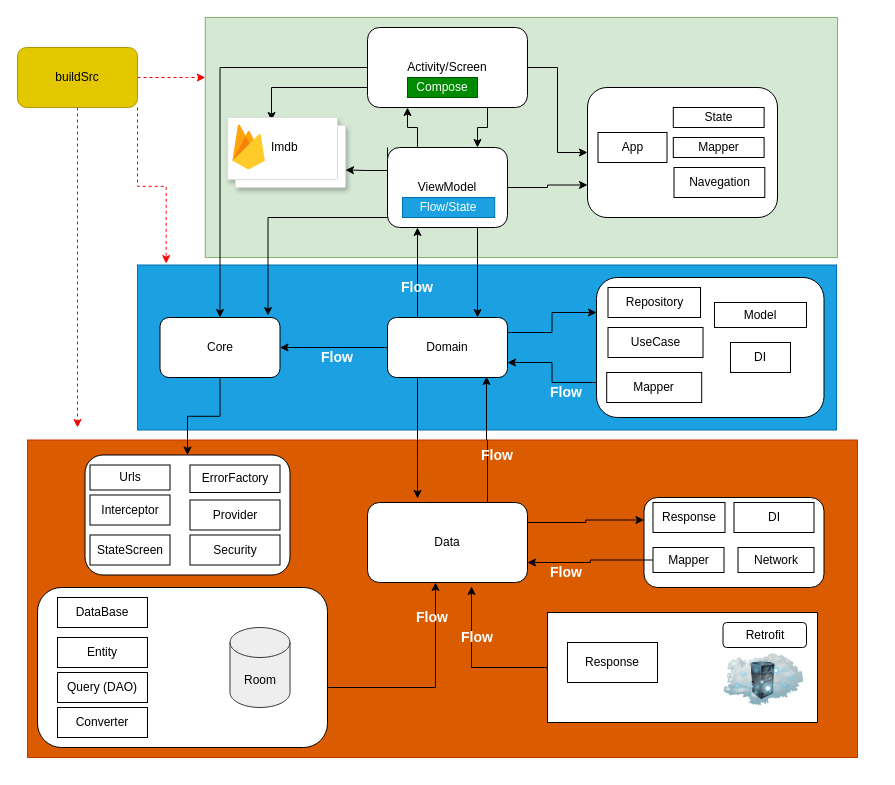
rodriCastrillon/imdb keeps this draw.io diagram as Imdb.drawio. Above is the earlier version. Source tidied: cells renumbered, new cells numbered last; positions are measured from the earlier drawing's top-left corner, leaving out a move shared by most shapes. Both pictures are drawn from the tidied source at 100%, with x=0, y=0 at pixel (17, 17).
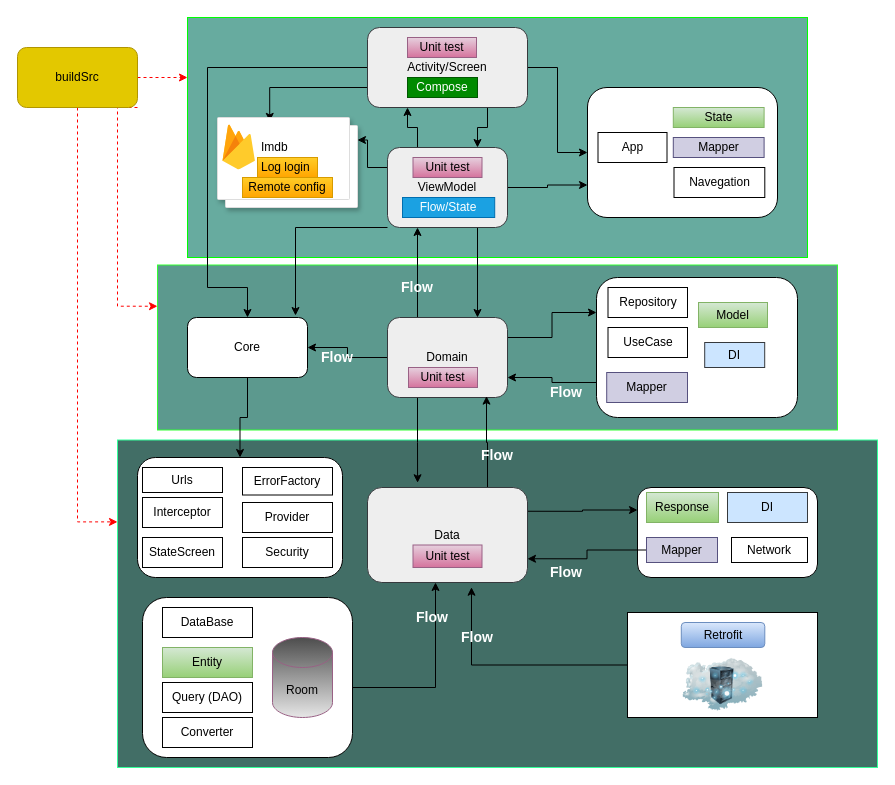
The same diagram, later.

Unchanged cells that the change refers to:
```xml
<mxCell id="29" value="buildSrc" style="rounded=1;whiteSpace=wrap;html=1;fillColor=#e3c800;fontColor=#000000;strokeColor=#B09500;" parent="1" vertex="1">
  <mxGeometry y="30" width="120" height="60" as="geometry" />
</mxCell>
<mxCell id="72" style="rounded=1;whiteSpace=wrap;html=1;" parent="1" vertex="1">
  <mxGeometry x="570" y="70" width="190" height="130" as="geometry" />
</mxCell>
```

What changed in the source:
```diff
@@
-    <mxCell id="2" style="rounded=0;whiteSpace=wrap;html=1;fillColor=#DB5B00;fontColor=#000000;strokeColor=#C73500;" parent="1" vertex="1">
-      <mxGeometry x="10" y="422.5" width="830" height="317.5" as="geometry" />
+    <mxCell id="2" style="rounded=0;whiteSpace=wrap;html=1;fillColor=#426E66;fontColor=#000000;strokeColor=#33FF99;" parent="1" vertex="1">
+      <mxGeometry x="100" y="422.5" width="760" height="327.5" as="geometry" />
     </mxCell>
-    <mxCell id="3" style="rounded=0;whiteSpace=wrap;html=1;fillColor=#1ba1e2;fontColor=#ffffff;strokeColor=#006EAF;" parent="1" vertex="1">
-      <mxGeometry x="120" y="247.5" width="699" height="165" as="geometry" />
+    <mxCell id="3" style="rounded=0;whiteSpace=wrap;html=1;fillColor=#5C998E;fontColor=#ffffff;strokeColor=#33FF33;" parent="1" vertex="1">
+      <mxGeometry x="140" y="247.5" width="680" height="165" as="geometry" />
     </mxCell>
-    <mxCell id="4" style="rounded=0;whiteSpace=wrap;html=1;fillColor=#d5e8d4;strokeColor=#82b366;fillStyle=auto;" parent="1" vertex="1">
-      <mxGeometry x="187.8" width="632.2" height="240" as="geometry" />
+    <mxCell id="4" style="rounded=0;whiteSpace=wrap;html=1;fillColor=#67AB9F;strokeColor=#00FF00;fillStyle=auto;" parent="1" vertex="1">
+      <mxGeometry x="170" width="620" height="240" as="geometry" />
     </mxCell>
@@
     <mxCell id="6" style="edgeStyle=orthogonalEdgeStyle;rounded=0;jettySize=auto;html=1;exitX=0;exitY=0.5;exitDx=0;exitDy=0;entryX=0.5;entryY=0;entryDx=0;entryDy=0;" parent="1" edge="1" source="9" target="25">
-      <mxGeometry relative="1" as="geometry" />
+      <mxGeometry relative="1" as="geometry">
+        <Array as="points">
+          <mxPoint x="190" y="50" />
+          <mxPoint x="190" y="270" />
+          <mxPoint x="230" y="270" />
+        </Array>
+      </mxGeometry>
     </mxCell>
@@
-    <mxCell id="9" value="Activity/Screen" style="rounded=1;whiteSpace=wrap;html=1;" parent="1" vertex="1">
+    <mxCell id="9" value="Activity/Screen" style="rounded=1;whiteSpace=wrap;html=1;fillColor=#eeeeee;strokeColor=#36393d;" parent="1" vertex="1">
       <mxGeometry x="350" y="10" width="160" height="80" as="geometry" />
     </mxCell>
@@
     <mxCell id="12" style="edgeStyle=orthogonalEdgeStyle;rounded=0;jettySize=auto;html=1;entryX=0.9;entryY=-0.033;entryDx=0;entryDy=0;entryPerimeter=0;" parent="1" edge="1" source="15" target="25">
       <mxGeometry relative="1" as="geometry">
         <Array as="points">
-          <mxPoint x="251" y="200" />
+          <mxPoint x="278" y="210" />
         </Array>
       </mxGeometry>
     </mxCell>
+    <mxCell id="14" style="edgeStyle=orthogonalEdgeStyle;rounded=0;jettySize=auto;html=1;exitX=1;exitY=0.5;exitDx=0;exitDy=0;entryX=0;entryY=0.75;entryDx=0;entryDy=0;" parent="1" edge="1" source="15" target="72">
+      <mxGeometry relative="1" as="geometry" />
+    </mxCell>
-    <mxCell id="13" style="edgeStyle=orthogonalEdgeStyle;rounded=0;jettySize=auto;html=1;exitX=0;exitY=0;exitDx=0;exitDy=0;entryX=1;entryY=0.75;entryDx=0;entryDy=0;" parent="1" edge="1" source="15" target="32">
-      <mxGeometry relative="1" as="geometry">
-        <Array as="points">
-          <mxPoint x="370" y="153" />
-          <mxPoint x="349" y="153" />
-        </Array>
-      </mxGeometry>
+    <mxCell id="13" style="edgeStyle=orthogonalEdgeStyle;rounded=0;jettySize=auto;html=1;exitX=0;exitY=0.25;exitDx=0;exitDy=0;entryX=1;entryY=0.25;entryDx=0;entryDy=0;" parent="1" edge="1" source="15" target="32">
+      <mxGeometry relative="1" as="geometry" />
     </mxCell>
-    <mxCell id="14" style="edgeStyle=orthogonalEdgeStyle;rounded=0;jettySize=auto;html=1;exitX=1;exitY=0.5;exitDx=0;exitDy=0;entryX=0;entryY=0.75;entryDx=0;entryDy=0;" parent="1" edge="1" source="15" target="72">
-      <mxGeometry relative="1" as="geometry" />
-    </mxCell>
-    <mxCell id="15" value="ViewModel" style="rounded=1;whiteSpace=wrap;html=1;" parent="1" vertex="1">
+    <mxCell id="15" value="ViewModel" style="rounded=1;whiteSpace=wrap;html=1;fillColor=#eeeeee;strokeColor=#36393d;" parent="1" vertex="1">
       <mxGeometry x="370" y="130" width="120" height="80" as="geometry" />
     </mxCell>
@@
-    <mxCell id="20" value="Domain" style="rounded=1;whiteSpace=wrap;html=1;" parent="1" vertex="1">
-      <mxGeometry x="370" y="300" width="120" height="60" as="geometry" />
+    <mxCell id="20" value="Domain" style="rounded=1;whiteSpace=wrap;html=1;fillColor=#eeeeee;strokeColor=#36393d;" parent="1" vertex="1">
+      <mxGeometry x="370" y="300" width="120" height="80" as="geometry" />
     </mxCell>
@@
     <mxCell id="22" style="edgeStyle=orthogonalEdgeStyle;rounded=0;jettySize=auto;html=1;exitX=1;exitY=0.25;exitDx=0;exitDy=0;entryX=0;entryY=0.25;entryDx=0;entryDy=0;" parent="1" edge="1" source="23" target="57">
-      <mxGeometry relative="1" as="geometry" />
+      <mxGeometry relative="1" as="geometry">
+        <Array as="points">
+          <mxPoint x="565" y="494" />
+          <mxPoint x="565" y="493" />
+        </Array>
+      </mxGeometry>
     </mxCell>
-    <mxCell id="23" value="Data" style="rounded=1;whiteSpace=wrap;html=1;" parent="1" vertex="1">
-      <mxGeometry x="350" y="485" width="160" height="80" as="geometry" />
+    <mxCell id="23" value="Data" style="rounded=1;whiteSpace=wrap;html=1;fillColor=#eeeeee;strokeColor=#36393d;" parent="1" vertex="1">
+      <mxGeometry x="350" y="470" width="160" height="95" as="geometry" />
     </mxCell>
@@
     <mxCell id="25" value="Core" style="rounded=1;whiteSpace=wrap;html=1;" parent="1" vertex="1">
-      <mxGeometry x="142.5" y="300" width="120" height="60" as="geometry" />
+      <mxGeometry x="170" y="300" width="120" height="60" as="geometry" />
     </mxCell>
@@
-    <mxCell id="27" style="edgeStyle=orthogonalEdgeStyle;rounded=0;jettySize=auto;html=1;dashed=1;fillColor=#e51400;strokeColor=#FF0000;" parent="1" edge="1" source="29">
-      <mxGeometry relative="1" as="geometry">
-        <mxPoint x="60" y="410" as="targetPoint" />
-      </mxGeometry>
+    <mxCell id="27" style="edgeStyle=orthogonalEdgeStyle;rounded=0;jettySize=auto;html=1;dashed=1;fillColor=#e51400;strokeColor=#FF0000;entryX=0;entryY=0.25;entryDx=0;entryDy=0;" parent="1" edge="1" source="29" target="2">
+      <mxGeometry relative="1" as="geometry" />
     </mxCell>
-    <mxCell id="28" style="edgeStyle=orthogonalEdgeStyle;rounded=0;jettySize=auto;html=1;exitX=1;exitY=1;exitDx=0;exitDy=0;entryX=0.041;entryY=-0.009;entryDx=0;entryDy=0;entryPerimeter=0;dashed=1;fillColor=#e51400;strokeColor=#FF0000;" parent="1" edge="1" source="29" target="3">
-      <mxGeometry relative="1" as="geometry" />
+    <mxCell id="28" style="edgeStyle=orthogonalEdgeStyle;rounded=0;jettySize=auto;html=1;exitX=1;exitY=1;exitDx=0;exitDy=0;entryX=0;entryY=0.25;entryDx=0;entryDy=0;dashed=1;fillColor=#e51400;strokeColor=#FF0000;" parent="1" edge="1" source="29" target="3">
+      <mxGeometry relative="1" as="geometry">
+        <Array as="points">
+          <mxPoint x="100" y="90" />
+          <mxPoint x="100" y="289" />
+        </Array>
+      </mxGeometry>
     </mxCell>
@@
     <mxCell id="31" style="rounded=1;whiteSpace=wrap;html=1;" parent="1" vertex="1">
-      <mxGeometry x="20" y="570" width="290" height="160" as="geometry" />
+      <mxGeometry x="125" y="580" width="210" height="160" as="geometry" />
     </mxCell>
     <mxCell id="32" style="shape=mxgraph.gcp2.doubleRect;strokeColor=#dddddd;shadow=1;strokeWidth=1;" parent="1" vertex="1">
-      <mxGeometry x="210" y="100" width="118" height="70" as="geometry" />
+      <mxGeometry x="200" y="100" width="140" height="90" as="geometry" />
     </mxCell>
@@
+    <mxCell id="78" value="Log login&amp;nbsp;" style="rounded=0;whiteSpace=wrap;html=1;fillColor=#ffcd28;gradientColor=#ffa500;strokeColor=#d79b00;" parent="32" vertex="1">
+      <mxGeometry x="40" y="40" width="60" height="20" as="geometry" />
+    </mxCell>
+    <mxCell id="79" value="Remote config" style="rounded=0;whiteSpace=wrap;html=1;fillColor=#ffcd28;gradientColor=#ffa500;strokeColor=#d79b00;" parent="32" vertex="1">
+      <mxGeometry x="25" y="60" width="90" height="20" as="geometry" />
+    </mxCell>
@@
     <mxCell id="35" style="rounded=0;whiteSpace=wrap;html=1;" parent="1" vertex="1">
-      <mxGeometry x="530" y="595" width="270" height="110" as="geometry" />
+      <mxGeometry x="610" y="595" width="190" height="105" as="geometry" />
     </mxCell>
     <mxCell id="36" style="image;html=1;image=img/lib/clip_art/networking/Cloud_Rack_128x128.png;" parent="1" vertex="1">
-      <mxGeometry x="706.5" y="625" width="80" height="75" as="geometry" />
+      <mxGeometry x="665.5" y="630" width="80" height="75" as="geometry" />
     </mxCell>
-    <mxCell id="37" value="Room" style="shape=cylinder3;whiteSpace=wrap;html=1;boundedLbl=1;backgroundOutline=1;size=15;fillColor=#eeeeee;strokeColor=#36393d;" parent="1" vertex="1">
-      <mxGeometry x="212.5" y="610" width="60" height="80" as="geometry" />
+    <mxCell id="37" value="Room" style="shape=cylinder3;whiteSpace=wrap;html=1;boundedLbl=1;backgroundOutline=1;size=15;fillColor=#4D4D4D;strokeColor=#996185;gradientColor=#E6E6E6;fontColor=#000000;" parent="1" vertex="1">
+      <mxGeometry x="255" y="620" width="60" height="80" as="geometry" />
     </mxCell>
     <mxCell id="38" value="Query (DAO)" style="rounded=0;whiteSpace=wrap;html=1;" parent="1" vertex="1">
-      <mxGeometry x="40" y="655" width="90" height="30" as="geometry" />
+      <mxGeometry x="145" y="665" width="90" height="30" as="geometry" />
     </mxCell>
-    <mxCell id="39" value="Entity" style="rounded=0;whiteSpace=wrap;html=1;" parent="1" vertex="1">
-      <mxGeometry x="40" y="620" width="90" height="30" as="geometry" />
+    <mxCell id="39" value="Entity" style="rounded=0;whiteSpace=wrap;html=1;fillColor=#d5e8d4;gradientColor=#97d077;strokeColor=#82b366;" parent="1" vertex="1">
+      <mxGeometry x="145" y="630" width="90" height="30" as="geometry" />
     </mxCell>
     <mxCell id="40" value="DataBase" style="rounded=0;whiteSpace=wrap;html=1;" parent="1" vertex="1">
-      <mxGeometry x="40" y="580" width="90" height="30" as="geometry" />
+      <mxGeometry x="145" y="590" width="90" height="30" as="geometry" />
     </mxCell>
     <mxCell id="41" value="Converter" style="rounded=0;whiteSpace=wrap;html=1;" parent="1" vertex="1">
-      <mxGeometry x="40" y="690" width="90" height="30" as="geometry" />
+      <mxGeometry x="145" y="700" width="90" height="30" as="geometry" />
     </mxCell>
-    <mxCell id="42" value="Response" style="rounded=0;whiteSpace=wrap;html=1;" parent="1" vertex="1">
-      <mxGeometry x="550" y="625" width="90" height="40" as="geometry" />
-    </mxCell>
@@
     <mxCell id="44" style="rounded=1;whiteSpace=wrap;html=1;" parent="1" vertex="1">
-      <mxGeometry x="579" y="260" width="227.5" height="140" as="geometry" />
+      <mxGeometry x="579" y="260" width="201" height="140" as="geometry" />
     </mxCell>
     <mxCell id="45" value="Repository" style="rounded=0;whiteSpace=wrap;html=1;" parent="1" vertex="1">
-      <mxGeometry x="590.5" y="270" width="92.5" height="30" as="geometry" />
+      <mxGeometry x="590.5" y="270" width="79.5" height="30" as="geometry" />
     </mxCell>
     <mxCell id="46" value="UseCase" style="rounded=0;whiteSpace=wrap;html=1;" parent="1" vertex="1">
-      <mxGeometry x="590.5" y="310" width="95" height="30" as="geometry" />
+      <mxGeometry x="590.5" y="310" width="79.5" height="30" as="geometry" />
     </mxCell>
-    <mxCell id="47" value="Mapper" style="rounded=0;whiteSpace=wrap;html=1;" parent="1" vertex="1">
-      <mxGeometry x="589.2" y="355" width="95" height="30" as="geometry" />
+    <mxCell id="47" value="Mapper" style="rounded=0;whiteSpace=wrap;html=1;fillColor=#d0cee2;strokeColor=#56517e;" parent="1" vertex="1">
+      <mxGeometry x="589.2" y="355" width="80.8" height="30" as="geometry" />
     </mxCell>
-    <mxCell id="48" value="Model" style="rounded=0;whiteSpace=wrap;html=1;" parent="1" vertex="1">
-      <mxGeometry x="697" y="285" width="92" height="25" as="geometry" />
+    <mxCell id="48" value="Model" style="rounded=0;whiteSpace=wrap;html=1;fillColor=#d5e8d4;gradientColor=#97d077;strokeColor=#82b366;" parent="1" vertex="1">
+      <mxGeometry x="681" y="285" width="69" height="25" as="geometry" />
     </mxCell>
-    <mxCell id="49" value="DI" style="rounded=0;whiteSpace=wrap;html=1;" parent="1" vertex="1">
-      <mxGeometry x="713" y="325" width="60" height="30" as="geometry" />
+    <mxCell id="49" value="DI" style="rounded=0;whiteSpace=wrap;html=1;fillColor=#cce5ff;strokeColor=#36393d;" parent="1" vertex="1">
+      <mxGeometry x="687.2" y="325" width="60" height="25" as="geometry" />
     </mxCell>
     <mxCell id="50" style="rounded=1;whiteSpace=wrap;html=1;" parent="1" vertex="1">
-      <mxGeometry x="67.5" y="437.5" width="205" height="120" as="geometry" />
+      <mxGeometry x="120" y="440" width="205" height="120" as="geometry" />
     </mxCell>
     <mxCell id="51" value="Urls" style="rounded=0;whiteSpace=wrap;html=1;" parent="1" vertex="1">
-      <mxGeometry x="72.5" y="447.5" width="80" height="25" as="geometry" />
+      <mxGeometry x="125" y="450" width="80" height="25" as="geometry" />
     </mxCell>
     <mxCell id="52" value="Interceptor" style="rounded=0;whiteSpace=wrap;html=1;" parent="1" vertex="1">
-      <mxGeometry x="72.5" y="477.5" width="80" height="30" as="geometry" />
+      <mxGeometry x="125" y="480" width="80" height="30" as="geometry" />
     </mxCell>
     <mxCell id="53" value="ErrorFactory" style="rounded=0;whiteSpace=wrap;html=1;" parent="1" vertex="1">
-      <mxGeometry x="172.5" y="447.5" width="90" height="27.5" as="geometry" />
+      <mxGeometry x="225" y="450" width="90" height="27.5" as="geometry" />
     </mxCell>
     <mxCell id="54" value="StateScreen" style="rounded=0;whiteSpace=wrap;html=1;" parent="1" vertex="1">
-      <mxGeometry x="72.5" y="517.5" width="80" height="30" as="geometry" />
+      <mxGeometry x="125" y="520" width="80" height="30" as="geometry" />
     </mxCell>
     <mxCell id="55" value="Provider" style="rounded=0;whiteSpace=wrap;html=1;" parent="1" vertex="1">
-      <mxGeometry x="172.5" y="482.5" width="90" height="30" as="geometry" />
+      <mxGeometry x="225" y="485" width="90" height="30" as="geometry" />
     </mxCell>
     <mxCell id="56" value="Security" style="rounded=0;whiteSpace=wrap;html=1;" parent="1" vertex="1">
-      <mxGeometry x="172.5" y="517.5" width="90" height="30" as="geometry" />
+      <mxGeometry x="225" y="520" width="90" height="30" as="geometry" />
     </mxCell>
     <mxCell id="57" style="rounded=1;whiteSpace=wrap;html=1;" parent="1" vertex="1">
-      <mxGeometry x="626.5" y="480" width="180" height="90" as="geometry" />
+      <mxGeometry x="620" y="470" width="180" height="90" as="geometry" />
     </mxCell>
-    <mxCell id="58" value="Response" style="rounded=0;whiteSpace=wrap;html=1;" parent="1" vertex="1">
-      <mxGeometry x="635.5" y="485" width="72" height="30" as="geometry" />
+    <mxCell id="58" value="Response" style="rounded=0;whiteSpace=wrap;html=1;fillColor=#d5e8d4;gradientColor=#97d077;strokeColor=#82b366;" parent="1" vertex="1">
+      <mxGeometry x="629" y="475" width="72" height="30" as="geometry" />
     </mxCell>
@@
-    <mxCell id="60" value="Mapper" style="rounded=0;whiteSpace=wrap;html=1;" parent="1" vertex="1">
-      <mxGeometry x="635.5" y="530" width="71" height="25" as="geometry" />
+    <mxCell id="60" value="Mapper" style="rounded=0;whiteSpace=wrap;html=1;fillColor=#d0cee2;strokeColor=#56517e;" parent="1" vertex="1">
+      <mxGeometry x="629" y="520" width="71" height="25" as="geometry" />
     </mxCell>
-    <mxCell id="61" value="DI" style="rounded=0;whiteSpace=wrap;html=1;" parent="1" vertex="1">
-      <mxGeometry x="716.5" y="485" width="80" height="30" as="geometry" />
+    <mxCell id="61" value="DI" style="rounded=0;whiteSpace=wrap;html=1;fillColor=#cce5ff;strokeColor=#36393d;" parent="1" vertex="1">
+      <mxGeometry x="710" y="475" width="80" height="30" as="geometry" />
     </mxCell>
     <mxCell id="62" value="Network" style="rounded=0;whiteSpace=wrap;html=1;" parent="1" vertex="1">
-      <mxGeometry x="720.5" y="530" width="76" height="25" as="geometry" />
+      <mxGeometry x="714" y="520" width="76" height="25" as="geometry" />
     </mxCell>
@@
-    <mxCell id="73" value="State" style="rounded=0;whiteSpace=wrap;html=1;" parent="1" vertex="1">
+    <mxCell id="73" value="State" style="rounded=0;whiteSpace=wrap;html=1;fillColor=#d5e8d4;gradientColor=#97d077;strokeColor=#82b366;" parent="1" vertex="1">
       <mxGeometry x="655.8" y="90" width="90.8" height="20" as="geometry" />
     </mxCell>
-    <mxCell id="74" value="Mapper" style="rounded=0;whiteSpace=wrap;html=1;" parent="1" vertex="1">
+    <mxCell id="74" value="Mapper" style="rounded=0;whiteSpace=wrap;html=1;fillColor=#d0cee2;strokeColor=#56517e;" parent="1" vertex="1">
       <mxGeometry x="655.8" y="120" width="90.8" height="20" as="geometry" />
     </mxCell>
@@
-    <mxCell id="77" value="Retrofit" style="rounded=1;whiteSpace=wrap;html=1;" parent="1" vertex="1">
-      <mxGeometry x="705.5" y="605" width="83.5" height="25" as="geometry" />
+    <mxCell id="77" value="Retrofit" style="rounded=1;whiteSpace=wrap;html=1;fillColor=#dae8fc;gradientColor=#7ea6e0;strokeColor=#6c8ebf;" parent="1" vertex="1">
+      <mxGeometry x="663.8" y="605" width="83.5" height="25" as="geometry" />
     </mxCell>
+    <mxCell id="80" value="Unit test" style="rounded=0;whiteSpace=wrap;html=1;fillColor=#e6d0de;gradientColor=#d5739d;strokeColor=#996185;" parent="1" vertex="1">
+      <mxGeometry x="391" y="350" width="69" height="20" as="geometry" />
+    </mxCell>
+    <mxCell id="81" value="Unit test" style="rounded=0;whiteSpace=wrap;html=1;fillColor=#e6d0de;gradientColor=#d5739d;strokeColor=#996185;" parent="1" vertex="1">
+      <mxGeometry x="395.5" y="527.5" width="69" height="22.5" as="geometry" />
+    </mxCell>
+    <mxCell id="82" value="Unit test" style="rounded=0;whiteSpace=wrap;html=1;fillColor=#e6d0de;gradientColor=#d5739d;strokeColor=#996185;" parent="1" vertex="1">
+      <mxGeometry x="395.5" y="140" width="69" height="20" as="geometry" />
+    </mxCell>
+    <mxCell id="83" value="Unit test" style="rounded=0;whiteSpace=wrap;html=1;fillColor=#e6d0de;gradientColor=#d5739d;strokeColor=#996185;" parent="1" vertex="1">
+      <mxGeometry x="390" y="20" width="69" height="20" as="geometry" />
+    </mxCell>
```
